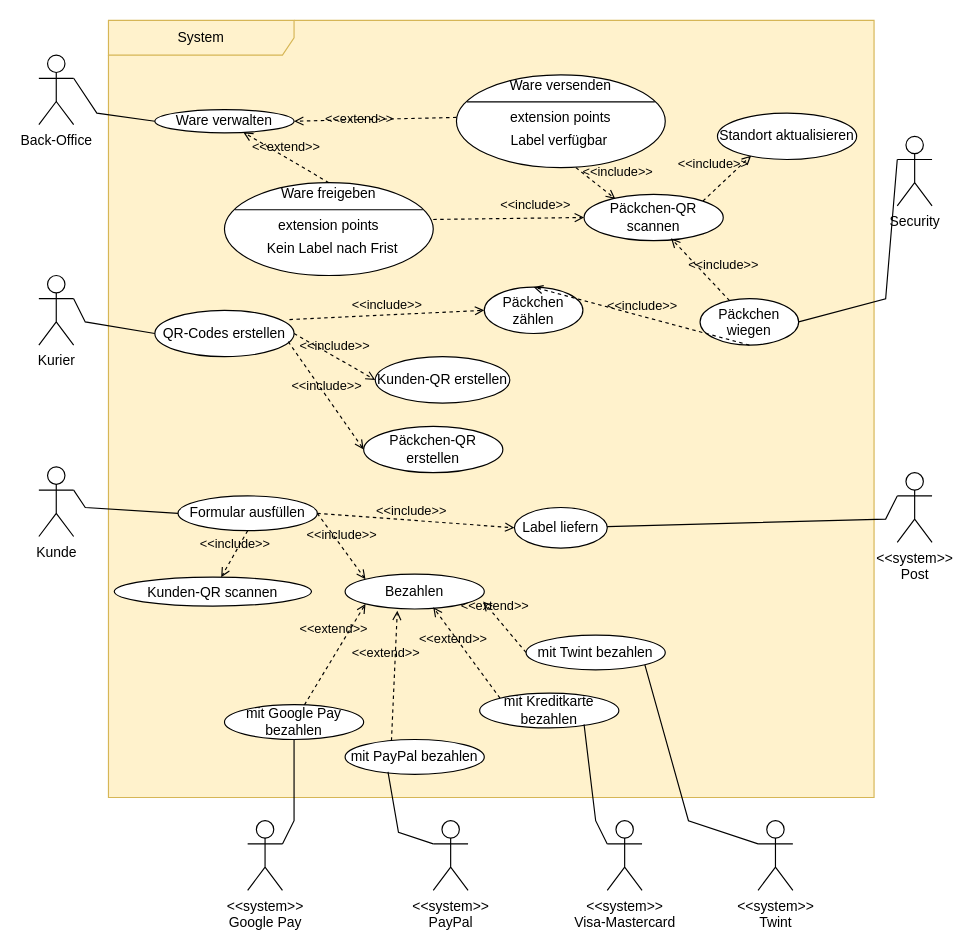
Earlier version of the draw.io diagram lb_use-case-big.drawio (ferreric/ffhs_swem). Source tidied: cells renumbered, new cells numbered last; positions are measured from the earlier drawing's top-left corner, leaving out a move shared by most shapes. Both pictures are drawn from the tidied source at 116%, with x=0, y=0 at pixel (38, 20).
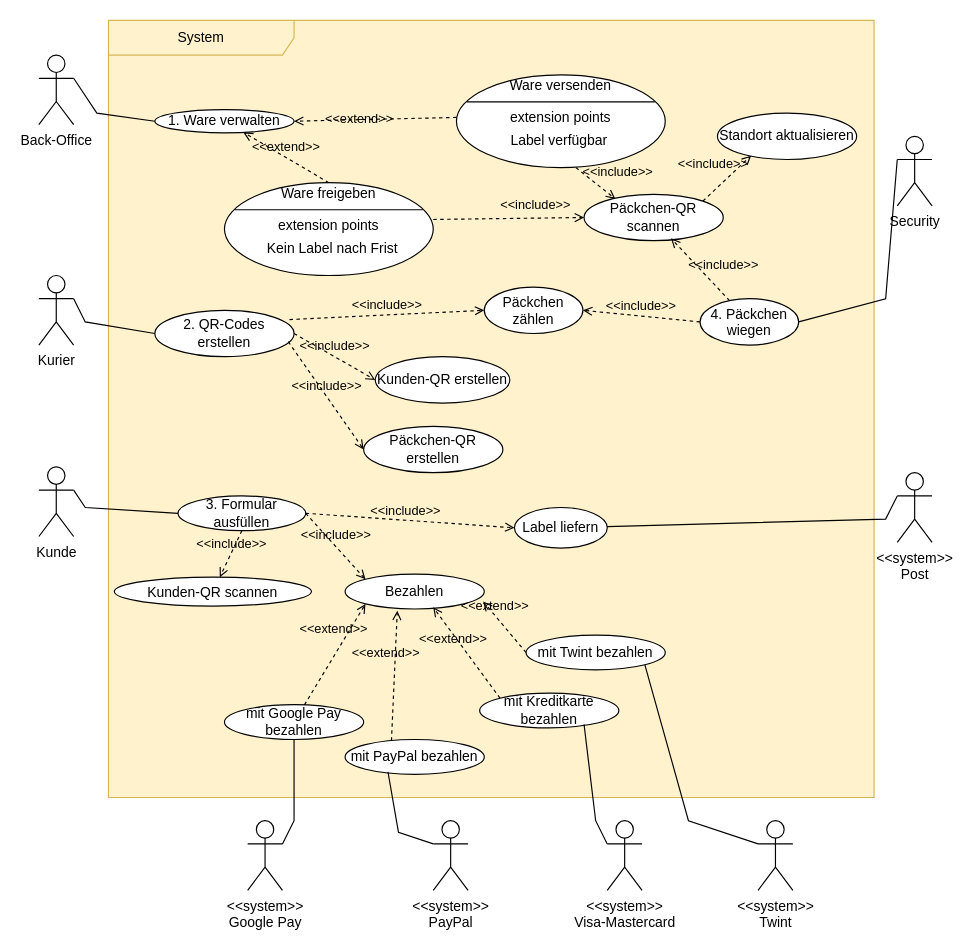
After the change.

Commit message:
lb_use-case-big.drawio Nummerierung der UC

Unchanged cells that the change refers to:
```xml
<mxCell id="2" value="System" style="shape=umlFrame;whiteSpace=wrap;html=1;width=160;fillStyle=auto;fillColor=#fff2cc;strokeColor=#d6b656;noLabel=0;gradientColor=none;swimlaneFillColor=#FFF2CC;" parent="1" vertex="1">
  <mxGeometry x="60" width="660" height="670" as="geometry" />
</mxCell>
<mxCell id="24" value="Päckchen zählen" style="ellipse;whiteSpace=wrap;html=1;verticalAlign=top;" parent="2" vertex="1">
  <mxGeometry x="324" y="230" width="85" height="40" as="geometry" />
</mxCell>
```

Diff of the diagram source:
```diff
@@
-    <mxCell id="4" value="Päckchen wiegen" style="ellipse;whiteSpace=wrap;html=1;verticalAlign=top;" parent="2" vertex="1">
+    <mxCell id="4" value="&lt;div&gt;4. Päckchen wiegen&lt;/div&gt;" style="ellipse;whiteSpace=wrap;html=1;verticalAlign=top;" parent="2" vertex="1">
       <mxGeometry x="510" y="240" width="85" height="40" as="geometry" />
     </mxCell>
@@
-    <mxCell id="6" value="QR-Codes erstellen" style="ellipse;whiteSpace=wrap;html=1;" parent="2" vertex="1">
+    <mxCell id="6" value="2. QR-Codes erstellen" style="ellipse;whiteSpace=wrap;html=1;" parent="2" vertex="1">
       <mxGeometry x="40" y="250" width="120" height="40" as="geometry" />
     </mxCell>
@@
-    <mxCell id="9" value="Formular ausfüllen" style="ellipse;whiteSpace=wrap;html=1;" parent="2" vertex="1">
-      <mxGeometry x="60" y="410" width="120" height="30" as="geometry" />
+    <mxCell id="9" value="3. Formular ausfüllen" style="ellipse;whiteSpace=wrap;html=1;" parent="2" vertex="1">
+      <mxGeometry x="60" y="410" width="110" height="30" as="geometry" />
     </mxCell>
@@
-    <mxCell id="11" value="Ware verwalten" style="ellipse;whiteSpace=wrap;html=1;" parent="2" vertex="1">
+    <mxCell id="11" value="1. Ware verwalten" style="ellipse;whiteSpace=wrap;html=1;" parent="2" vertex="1">
       <mxGeometry x="40" y="77" width="120" height="20" as="geometry" />
     </mxCell>
@@
-    <mxCell id="25" value="&amp;lt;&amp;lt;include&amp;gt;&amp;gt;" style="html=1;verticalAlign=bottom;labelBackgroundColor=none;endArrow=open;endFill=0;dashed=1;rounded=0;entryX=0.5;entryY=0;entryDx=0;entryDy=0;exitX=0.5;exitY=1;exitDx=0;exitDy=0;" parent="2" edge="1" source="4" target="24">
+    <mxCell id="25" value="&amp;lt;&amp;lt;include&amp;gt;&amp;gt;" style="html=1;verticalAlign=bottom;labelBackgroundColor=none;endArrow=open;endFill=0;dashed=1;rounded=0;entryX=1;entryY=0.5;entryDx=0;entryDy=0;exitX=0;exitY=0.5;exitDx=0;exitDy=0;" parent="2" edge="1" source="4" target="24">
       <mxGeometry relative="1" as="geometry" />
     </mxCell>
```
